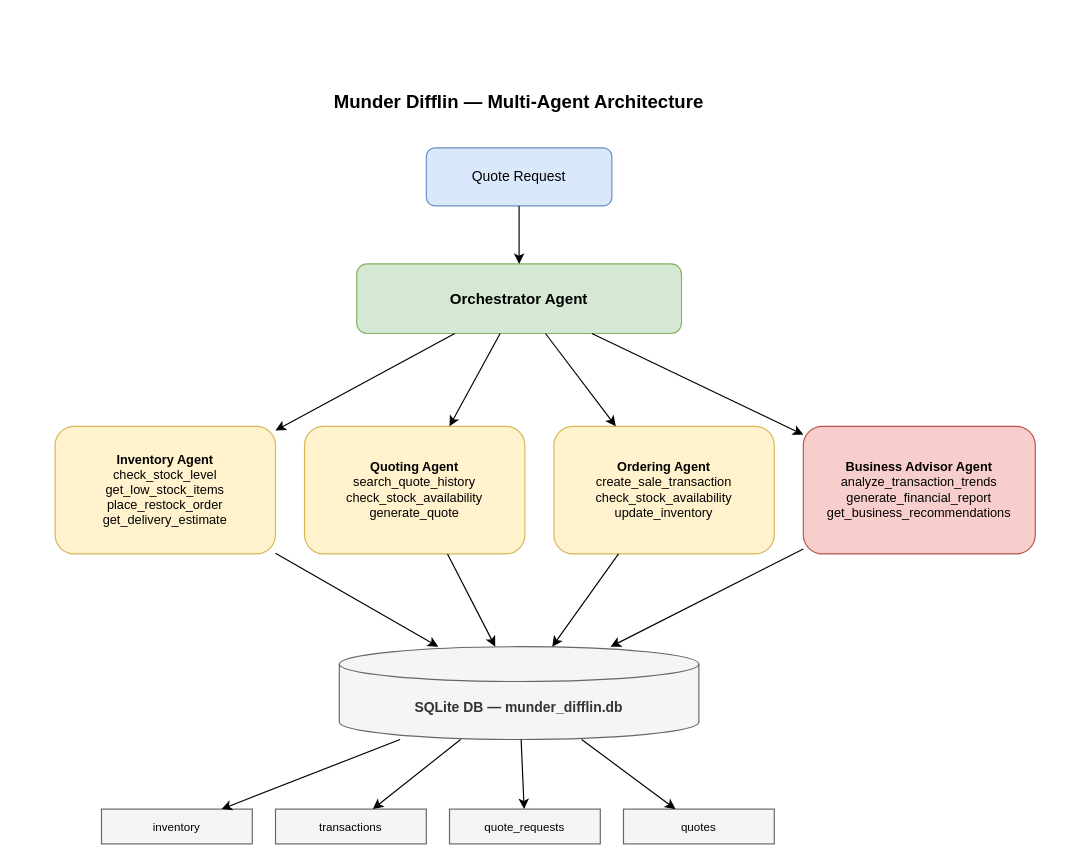
eliranno/agentic_ai_project4 keeps this draw.io diagram as multi_agent_project.drawio. Above is the earlier version. Source tidied: cells renumbered, new cells numbered last; positions are measured from the earlier drawing's top-left corner, leaving out a move shared by most shapes. Both pictures are drawn from the tidied source at 116%, with x=0, y=0 at pixel (55, 78).
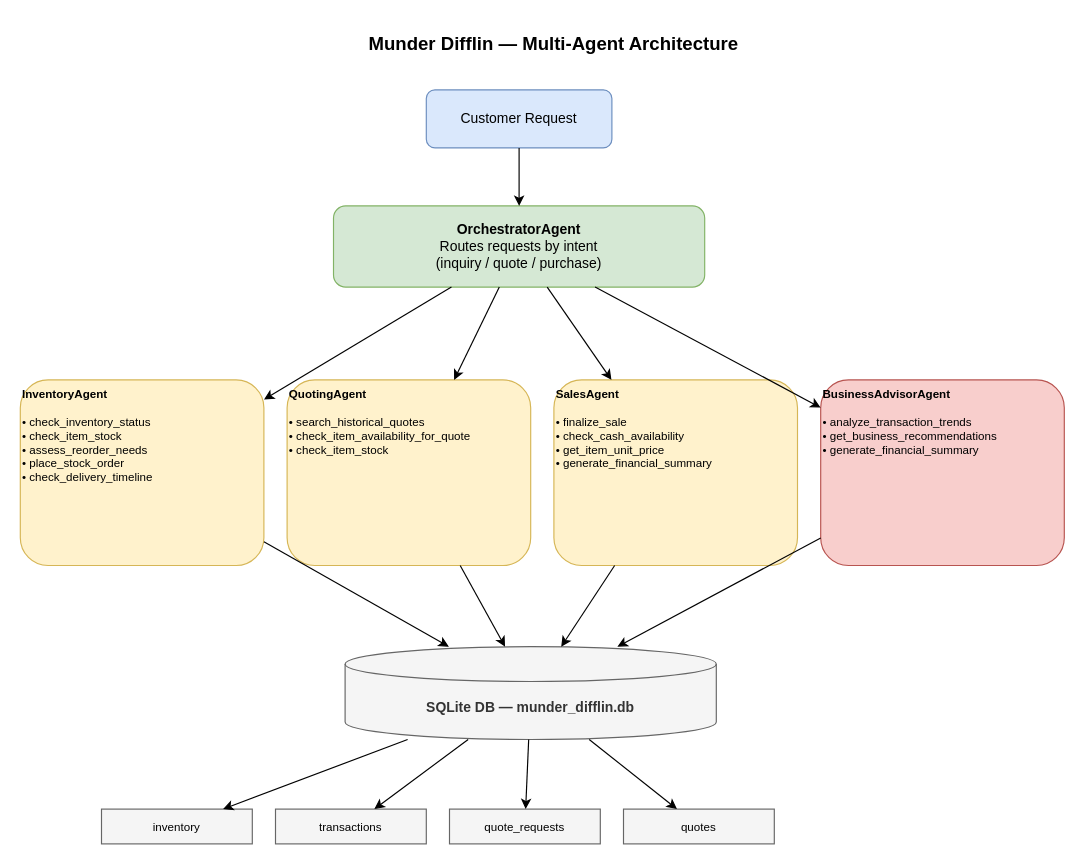
The same diagram, later.

The edit, as a diff of the source:
```diff
@@
     <mxCell id="2" value="Munder Difflin — Multi-Agent Architecture" style="text;html=1;strokeColor=none;fillColor=none;align=center;verticalAlign=middle;whiteSpace=wrap;fontSize=16;fontStyle=1;" parent="1" vertex="1">
-      <mxGeometry x="140" width="520" height="40" as="geometry" />
+      <mxGeometry x="120" y="-50" width="620" height="40" as="geometry" />
     </mxCell>
-    <mxCell id="3" value="Quote Request" style="rounded=1;whiteSpace=wrap;html=1;fillColor=#dae8fc;strokeColor=#6c8ebf;fontSize=12;" parent="1" vertex="1">
-      <mxGeometry x="320" y="60" width="160" height="50" as="geometry" />
-    </mxCell>
-    <mxCell id="4" value="Orchestrator Agent" style="rounded=1;whiteSpace=wrap;html=1;fillColor=#d5e8d4;strokeColor=#82b366;fontSize=13;fontStyle=1;" parent="1" vertex="1">
-      <mxGeometry x="260" y="160" width="280" height="60" as="geometry" />
-    </mxCell>
-    <mxCell id="5" value="&lt;b&gt;Inventory Agent&lt;/b&gt;&lt;br&gt;check_stock_level&lt;br&gt;get_low_stock_items&lt;br&gt;place_restock_order&lt;br&gt;get_delivery_estimate" style="rounded=1;whiteSpace=wrap;html=1;fillColor=#fff2cc;strokeColor=#d6b656;fontSize=11;align=center;" parent="1" vertex="1">
-      <mxGeometry y="300" width="190" height="110" as="geometry" />
-    </mxCell>
-    <mxCell id="6" value="&lt;b&gt;Quoting Agent&lt;/b&gt;&lt;br&gt;search_quote_history&lt;br&gt;check_stock_availability&lt;br&gt;generate_quote" style="rounded=1;whiteSpace=wrap;html=1;fillColor=#fff2cc;strokeColor=#d6b656;fontSize=11;align=center;" parent="1" vertex="1">
-      <mxGeometry x="215" y="300" width="190" height="110" as="geometry" />
-    </mxCell>
-    <mxCell id="7" value="&lt;b&gt;Ordering Agent&lt;/b&gt;&lt;br&gt;create_sale_transaction&lt;br&gt;check_stock_availability&lt;br&gt;update_inventory" style="rounded=1;whiteSpace=wrap;html=1;fillColor=#fff2cc;strokeColor=#d6b656;fontSize=11;align=center;" parent="1" vertex="1">
-      <mxGeometry x="430" y="300" width="190" height="110" as="geometry" />
-    </mxCell>
-    <mxCell id="8" value="&lt;b&gt;Business Advisor Agent&lt;/b&gt;&lt;br&gt;analyze_transaction_trends&lt;br&gt;generate_financial_report&lt;br&gt;get_business_recommendations" style="rounded=1;whiteSpace=wrap;html=1;fillColor=#f8cecc;strokeColor=#b85450;fontSize=11;align=center;" parent="1" vertex="1">
-      <mxGeometry x="645" y="300" width="200" height="110" as="geometry" />
-    </mxCell>
+    <mxCell id="27" value="Customer Request" style="rounded=1;whiteSpace=wrap;html=1;fillColor=#dae8fc;strokeColor=#6c8ebf;fontSize=12;" parent="1" vertex="1">
+      <mxGeometry x="320" y="10" width="160" height="50" as="geometry" />
+    </mxCell>
+    <mxCell id="28" value="&lt;b&gt;OrchestratorAgent&lt;/b&gt;&lt;br&gt;Routes requests by intent&lt;br&gt;(inquiry / quote / purchase)" style="rounded=1;whiteSpace=wrap;html=1;fillColor=#d5e8d4;strokeColor=#82b366;fontSize=12;" parent="1" vertex="1">
+      <mxGeometry x="240" y="110" width="320" height="70" as="geometry" />
+    </mxCell>
+    <mxCell id="29" value="&lt;b&gt;InventoryAgent&lt;/b&gt;&lt;br&gt;&lt;br&gt;• check_inventory_status&lt;br&gt;• check_item_stock&lt;br&gt;• assess_reorder_needs&lt;br&gt;• place_stock_order&lt;br&gt;• check_delivery_timeline" style="rounded=1;whiteSpace=wrap;html=1;fillColor=#fff2cc;strokeColor=#d6b656;fontSize=10;align=left;verticalAlign=top;" parent="1" vertex="1">
+      <mxGeometry x="-30" y="260" width="210" height="160" as="geometry" />
+    </mxCell>
+    <mxCell id="30" value="&lt;b&gt;QuotingAgent&lt;/b&gt;&lt;br&gt;&lt;br&gt;• search_historical_quotes&lt;br&gt;• check_item_availability_for_quote&lt;br&gt;• check_item_stock" style="rounded=1;whiteSpace=wrap;html=1;fillColor=#fff2cc;strokeColor=#d6b656;fontSize=10;align=left;verticalAlign=top;" parent="1" vertex="1">
+      <mxGeometry x="200" y="260" width="210" height="160" as="geometry" />
+    </mxCell>
+    <mxCell id="31" value="&lt;b&gt;SalesAgent&lt;/b&gt;&lt;br&gt;&lt;br&gt;• finalize_sale&lt;br&gt;• check_cash_availability&lt;br&gt;• get_item_unit_price&lt;br&gt;• generate_financial_summary" style="rounded=1;whiteSpace=wrap;html=1;fillColor=#fff2cc;strokeColor=#d6b656;fontSize=10;align=left;verticalAlign=top;" parent="1" vertex="1">
+      <mxGeometry x="430" y="260" width="210" height="160" as="geometry" />
+    </mxCell>
+    <mxCell id="32" value="&lt;b&gt;BusinessAdvisorAgent&lt;/b&gt;&lt;br&gt;&lt;br&gt;• analyze_transaction_trends&lt;br&gt;• get_business_recommendations&lt;br&gt;• generate_financial_summary" style="rounded=1;whiteSpace=wrap;html=1;fillColor=#f8cecc;strokeColor=#b85450;fontSize=10;align=left;verticalAlign=top;" parent="1" vertex="1">
+      <mxGeometry x="660" y="260" width="210" height="160" as="geometry" />
+    </mxCell>
     <mxCell id="9" value="SQLite DB — munder_difflin.db" style="shape=cylinder3;whiteSpace=wrap;html=1;boundedLbl=1;backgroundOutline=1;size=15;fillColor=#f5f5f5;strokeColor=#666666;fontColor=#333333;fontStyle=1;fontSize=12;" parent="1" vertex="1">
-      <mxGeometry x="245" y="490" width="310" height="80" as="geometry" />
+      <mxGeometry x="250" y="490" width="320" height="80" as="geometry" />
     </mxCell>
@@
-    <mxCell id="14" parent="1" edge="1" source="3" target="4">
+    <mxCell id="14" parent="1" edge="1" source="27" target="28">
       <mxGeometry relative="1" as="geometry" />
     </mxCell>
-    <mxCell id="15" parent="1" edge="1" source="4" target="5">
+    <mxCell id="15" parent="1" edge="1" source="28" target="29">
       <mxGeometry relative="1" as="geometry" />
     </mxCell>
-    <mxCell id="16" parent="1" edge="1" source="4" target="6">
+    <mxCell id="16" parent="1" edge="1" source="28" target="30">
       <mxGeometry relative="1" as="geometry" />
     </mxCell>
-    <mxCell id="17" parent="1" edge="1" source="4" target="7">
+    <mxCell id="17" parent="1" edge="1" source="28" target="31">
       <mxGeometry relative="1" as="geometry" />
     </mxCell>
-    <mxCell id="18" parent="1" edge="1" source="4" target="8">
+    <mxCell id="18" parent="1" edge="1" source="28" target="32">
       <mxGeometry relative="1" as="geometry" />
     </mxCell>
-    <mxCell id="19" parent="1" edge="1" source="5" target="9">
+    <mxCell id="19" parent="1" edge="1" source="29" target="9">
       <mxGeometry relative="1" as="geometry" />
     </mxCell>
-    <mxCell id="20" parent="1" edge="1" source="6" target="9">
+    <mxCell id="20" parent="1" edge="1" source="30" target="9">
       <mxGeometry relative="1" as="geometry" />
     </mxCell>
-    <mxCell id="21" parent="1" edge="1" source="7" target="9">
+    <mxCell id="21" parent="1" edge="1" source="31" target="9">
       <mxGeometry relative="1" as="geometry" />
     </mxCell>
-    <mxCell id="22" parent="1" edge="1" source="8" target="9">
+    <mxCell id="22" parent="1" edge="1" source="32" target="9">
       <mxGeometry relative="1" as="geometry" />
     </mxCell>
```
